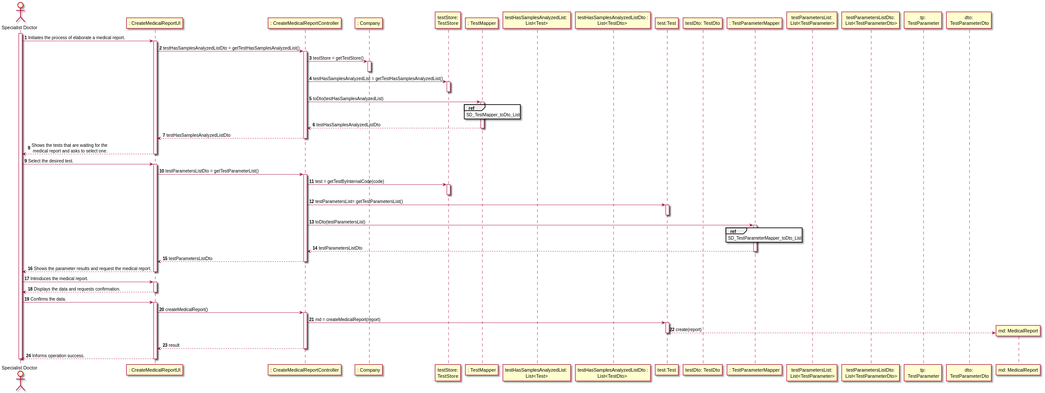
The PlantUML diagram docs/SprintC/US14/US14_SD.svg in manu-07-ela/LAPR2_ISEP, before a commit.
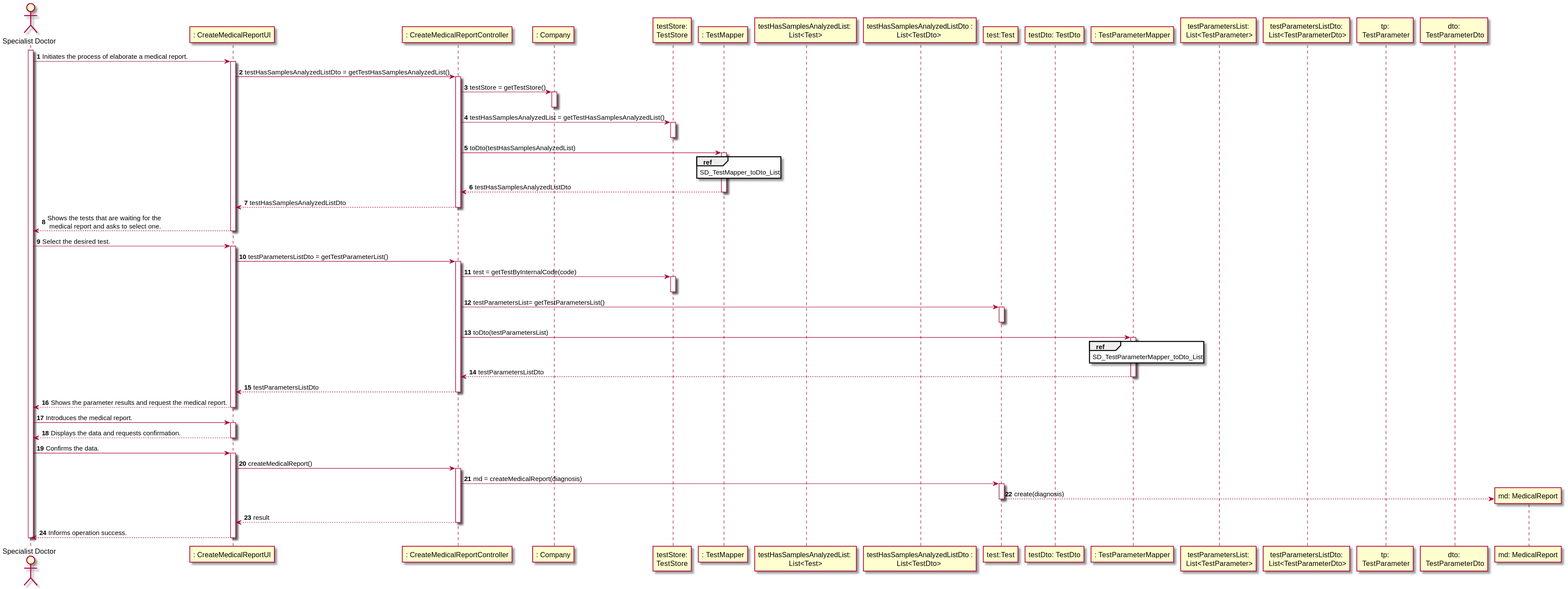
The same file after the commit.

Diff of the diagram source:
```diff
@@ -73,9 +73,9 @@
 activate UI
 UI -> CTRL: createMedicalReport()
 activate CTRL
-CTRL -> TEST : md = createMedicalReport(report)
+CTRL -> TEST : md = createMedicalReport(diagnosis)
 activate TEST
-TEST --> REPORT** : create(report)
+TEST --> REPORT** : create(diagnosis)
 deactivate TEST
 CTRL --> UI : result
 deactivate CTRL
```
